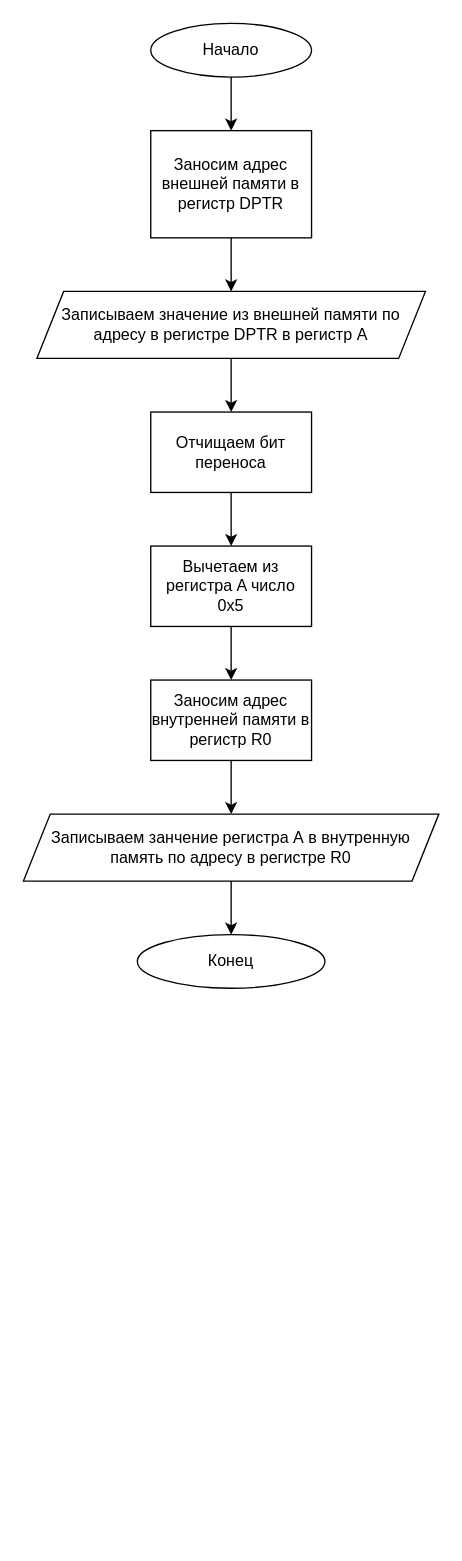
Before: мпс/лаб1/2/2.drawio in SpectralJager/Asu_FTF_lectures, a draw.io diagram. Source tidied: cells renumbered, new cells numbered last; positions are measured from the earlier drawing's top-left corner, leaving out a move shared by most shapes. Both pictures are drawn from the tidied source at 134%, with x=0, y=0 at pixel (23, 23).
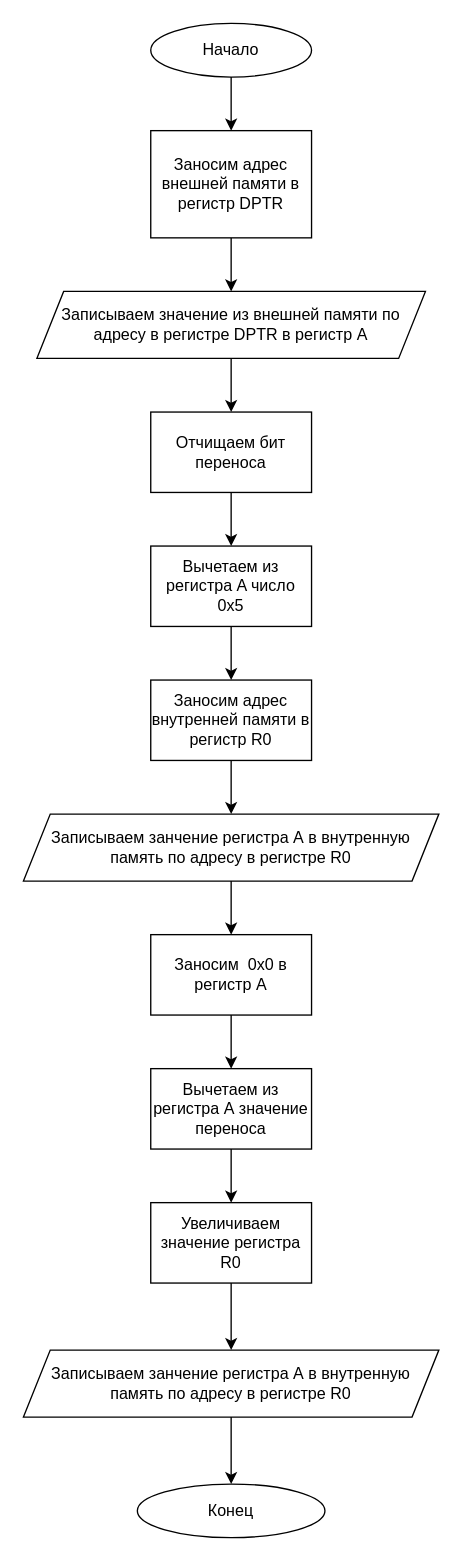
After the change.

The change refers to these unchanged cells:
```xml
<mxCell id="15" value="Записываем занчение регистра А в внутренную память по адресу в регистре R0" style="shape=parallelogram;perimeter=parallelogramPerimeter;whiteSpace=wrap;html=1;fixedSize=1;" parent="1" vertex="1">
  <mxGeometry y="590" width="310" height="50" as="geometry" />
</mxCell>
```

Diff of the diagram source:
```diff
@@
-    <mxCell id="14" style="edgeStyle=none;html=1;exitX=0.5;exitY=1;exitDx=0;exitDy=0;entryX=0.5;entryY=0;entryDx=0;entryDy=0;" parent="1" edge="1" source="15" target="16">
-      <mxGeometry relative="1" as="geometry" />
-    </mxCell>
+    <mxCell id="17" style="edgeStyle=none;html=1;exitX=0.5;exitY=1;exitDx=0;exitDy=0;entryX=0.5;entryY=0;entryDx=0;entryDy=0;" parent="1" edge="1" source="15" target="14">
+      <mxGeometry relative="1" as="geometry" />
+    </mxCell>
@@
     <mxCell id="16" value="Конец" style="ellipse;whiteSpace=wrap;html=1;" parent="1" vertex="1">
-      <mxGeometry x="85" y="680" width="140" height="40" as="geometry" />
+      <mxGeometry x="85" y="1090" width="140" height="40" as="geometry" />
     </mxCell>
+    <mxCell id="18" style="edgeStyle=none;html=1;exitX=0.5;exitY=1;exitDx=0;exitDy=0;entryX=0.5;entryY=0;entryDx=0;entryDy=0;" parent="1" edge="1" source="14" target="20">
+      <mxGeometry relative="1" as="geometry" />
+    </mxCell>
+    <mxCell id="14" value="Заносим&amp;nbsp; 0х0 в регистр А" style="whiteSpace=wrap;html=1;" parent="1" vertex="1">
+      <mxGeometry x="95" y="680" width="120" height="60" as="geometry" />
+    </mxCell>
+    <mxCell id="19" style="edgeStyle=none;html=1;exitX=0.5;exitY=1;exitDx=0;exitDy=0;entryX=0.5;entryY=0;entryDx=0;entryDy=0;" parent="1" edge="1" source="20" target="22">
+      <mxGeometry relative="1" as="geometry" />
+    </mxCell>
+    <mxCell id="20" value="Вычетаем из регистра А значение переноса" style="whiteSpace=wrap;html=1;" parent="1" vertex="1">
+      <mxGeometry x="95" y="780" width="120" height="60" as="geometry" />
+    </mxCell>
+    <mxCell id="21" style="edgeStyle=none;html=1;exitX=0.5;exitY=1;exitDx=0;exitDy=0;entryX=0.5;entryY=0;entryDx=0;entryDy=0;" parent="1" edge="1" source="22" target="24">
+      <mxGeometry relative="1" as="geometry" />
+    </mxCell>
+    <mxCell id="22" value="Увеличиваем значение регистра R0" style="whiteSpace=wrap;html=1;" parent="1" vertex="1">
+      <mxGeometry x="95" y="880" width="120" height="60" as="geometry" />
+    </mxCell>
+    <mxCell id="23" style="edgeStyle=none;html=1;exitX=0.5;exitY=1;exitDx=0;exitDy=0;entryX=0.5;entryY=0;entryDx=0;entryDy=0;" parent="1" edge="1" source="24" target="16">
+      <mxGeometry relative="1" as="geometry" />
+    </mxCell>
+    <mxCell id="24" value="Записываем занчение регистра А в внутренную память по адресу в регистре R0" style="shape=parallelogram;perimeter=parallelogramPerimeter;whiteSpace=wrap;html=1;fixedSize=1;" parent="1" vertex="1">
+      <mxGeometry y="990" width="310" height="50" as="geometry" />
+    </mxCell>
```
